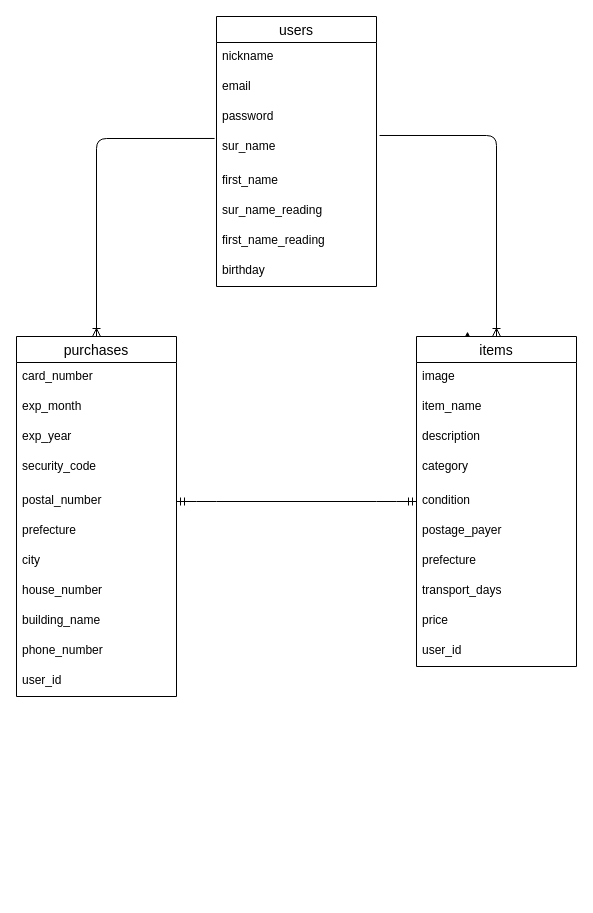
Earlier version of the draw.io diagram database.dio (fumiyaaan/furima-30574). Source tidied: cells renumbered, new cells numbered last; positions are measured from the earlier drawing's top-left corner, leaving out a move shared by most shapes. Both pictures are drawn from the tidied source at 100%, with x=0, y=0 at pixel (16, 16).
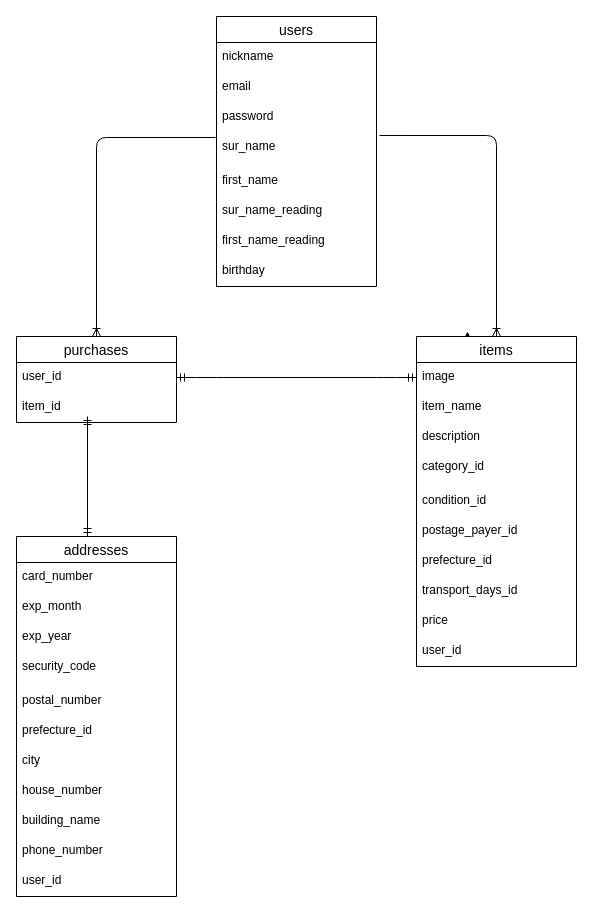
After the change.

Commit message (it also covers changes not shown here):
プルリクエスト1 指摘に基づく修正

The change refers to these unchanged cells:
```xml
<mxCell id="7" value="sur_name" style="text;strokeColor=none;fillColor=none;spacingLeft=4;spacingRight=4;overflow=hidden;points=[[0,0.5],[1,0.5]];portConstraint=eastwest;fontSize=12;" parent="3" vertex="1">
  <mxGeometry y="116" width="160" height="34" as="geometry" />
</mxCell>
<mxCell id="12" value="items" style="swimlane;fontStyle=0;horizontal=1;startSize=26;align=center;fontSize=14;" parent="1" vertex="1">
  <mxGeometry x="400" y="320" width="160" height="330" as="geometry" />
</mxCell>
<mxCell id="13" value="image" style="text;strokeColor=none;fillColor=none;spacingLeft=4;spacingRight=4;overflow=hidden;points=[[0,0.5],[1,0.5]];portConstraint=eastwest;fontSize=12;" parent="12" vertex="1">
  <mxGeometry y="26" width="160" height="30" as="geometry" />
</mxCell>
<mxCell id="28" value="postal_number" style="text;strokeColor=none;fillColor=none;spacingLeft=4;spacingRight=4;overflow=hidden;points=[[0,0.5],[1,0.5]];portConstraint=eastwest;fontSize=12;" parent="23" vertex="1">
  <mxGeometry y="150" width="160" height="30" as="geometry" />
</mxCell>
```

The edit, as a diff of the source:
```diff
@@
-    <mxCell id="16" value="category" style="text;strokeColor=none;fillColor=none;spacingLeft=4;spacingRight=4;overflow=hidden;fontSize=12;" parent="12" vertex="1">
+    <mxCell id="16" value="category_id" style="text;strokeColor=none;fillColor=none;spacingLeft=4;spacingRight=4;overflow=hidden;fontSize=12;" parent="12" vertex="1">
       <mxGeometry y="116" width="160" height="34" as="geometry" />
     </mxCell>
-    <mxCell id="17" value="condition" style="text;strokeColor=none;fillColor=none;spacingLeft=4;spacingRight=4;overflow=hidden;points=[[0,0.5],[1,0.5]];portConstraint=eastwest;fontSize=12;" parent="12" vertex="1">
+    <mxCell id="17" value="condition_id" style="text;strokeColor=none;fillColor=none;spacingLeft=4;spacingRight=4;overflow=hidden;points=[[0,0.5],[1,0.5]];portConstraint=eastwest;fontSize=12;" parent="12" vertex="1">
       <mxGeometry y="150" width="160" height="30" as="geometry" />
     </mxCell>
-    <mxCell id="18" value="postage_payer" style="text;strokeColor=none;fillColor=none;spacingLeft=4;spacingRight=4;overflow=hidden;fontSize=12;" parent="12" vertex="1">
+    <mxCell id="18" value="postage_payer_id" style="text;strokeColor=none;fillColor=none;spacingLeft=4;spacingRight=4;overflow=hidden;fontSize=12;" parent="12" vertex="1">
       <mxGeometry y="180" width="160" height="30" as="geometry" />
     </mxCell>
-    <mxCell id="19" value="prefecture" style="text;strokeColor=none;fillColor=none;spacingLeft=4;spacingRight=4;overflow=hidden;fontSize=12;" parent="12" vertex="1">
+    <mxCell id="19" value="prefecture_id" style="text;strokeColor=none;fillColor=none;spacingLeft=4;spacingRight=4;overflow=hidden;fontSize=12;" parent="12" vertex="1">
       <mxGeometry y="210" width="160" height="30" as="geometry" />
     </mxCell>
-    <mxCell id="20" value="transport_days" style="text;strokeColor=none;fillColor=none;spacingLeft=4;spacingRight=4;overflow=hidden;fontSize=12;" parent="12" vertex="1">
+    <mxCell id="20" value="transport_days_id" style="text;strokeColor=none;fillColor=none;spacingLeft=4;spacingRight=4;overflow=hidden;fontSize=12;" parent="12" vertex="1">
       <mxGeometry y="240" width="160" height="30" as="geometry" />
     </mxCell>
@@
+    <mxCell id="37" style="edgeStyle=orthogonalEdgeStyle;fontSize=12;html=1;endArrow=ERoneToMany;entryX=0.5;entryY=0;entryDx=0;entryDy=0;exitX=1.019;exitY=0.088;exitDx=0;exitDy=0;exitPerimeter=0;" parent="1" edge="1" source="7" target="12">
+      <mxGeometry relative="1" as="geometry">
+        <Array as="points">
+          <mxPoint x="480" y="119" />
+        </Array>
+      </mxGeometry>
+    </mxCell>
+    <mxCell id="38" value="purchases" style="swimlane;fontStyle=0;horizontal=1;startSize=26;align=center;fontSize=14;" parent="1" vertex="1">
+      <mxGeometry y="320" width="160" height="86" as="geometry" />
+    </mxCell>
+    <mxCell id="39" value="user_id" style="text;strokeColor=none;fillColor=none;spacingLeft=4;spacingRight=4;overflow=hidden;points=[[0,0.5],[1,0.5]];portConstraint=eastwest;fontSize=12;" parent="38" vertex="1">
+      <mxGeometry y="26" width="160" height="30" as="geometry" />
+    </mxCell>
+    <mxCell id="40" value="item_id" style="text;strokeColor=none;fillColor=none;spacingLeft=4;spacingRight=4;overflow=hidden;fontSize=12;" parent="38" vertex="1">
+      <mxGeometry y="56" width="160" height="30" as="geometry" />
+    </mxCell>
-    <mxCell id="23" value="purchases" style="swimlane;fontStyle=0;horizontal=1;startSize=26;align=center;fontSize=14;" parent="1" vertex="1">
-      <mxGeometry y="320" width="160" height="360" as="geometry" />
+    <mxCell id="23" value="addresses" style="swimlane;fontStyle=0;horizontal=1;startSize=26;align=center;fontSize=14;" parent="1" vertex="1">
+      <mxGeometry y="520" width="160" height="360" as="geometry" />
     </mxCell>
@@
-    <mxCell id="29" value="prefecture" style="text;strokeColor=none;fillColor=none;spacingLeft=4;spacingRight=4;overflow=hidden;fontSize=12;" parent="23" vertex="1">
+    <mxCell id="29" value="prefecture_id" style="text;strokeColor=none;fillColor=none;spacingLeft=4;spacingRight=4;overflow=hidden;fontSize=12;" parent="23" vertex="1">
       <mxGeometry y="180" width="160" height="30" as="geometry" />
     </mxCell>
@@
-    <mxCell id="35" style="edgeStyle=entityRelationEdgeStyle;fontSize=12;html=1;endArrow=ERmandOne;startArrow=ERmandOne;entryX=0;entryY=0.5;entryDx=0;entryDy=0;exitX=1;exitY=0.5;exitDx=0;exitDy=0;" parent="1" edge="1" source="28" target="17">
-      <mxGeometry relative="1" as="geometry" />
-    </mxCell>
-    <mxCell id="36" style="edgeStyle=orthogonalEdgeStyle;fontSize=12;html=1;endArrow=ERoneToMany;entryX=0.5;entryY=0;entryDx=0;entryDy=0;exitX=-0.012;exitY=0.176;exitDx=0;exitDy=0;exitPerimeter=0;" parent="1" edge="1" source="7" target="23">
-      <mxGeometry relative="1" as="geometry" />
-    </mxCell>
-    <mxCell id="37" style="edgeStyle=orthogonalEdgeStyle;fontSize=12;html=1;endArrow=ERoneToMany;entryX=0.5;entryY=0;entryDx=0;entryDy=0;exitX=1.019;exitY=0.088;exitDx=0;exitDy=0;exitPerimeter=0;" parent="1" edge="1" source="7" target="12">
-      <mxGeometry relative="1" as="geometry">
-        <Array as="points">
-          <mxPoint x="480" y="119" />
-        </Array>
-      </mxGeometry>
-    </mxCell>
+    <mxCell id="41" style="edgeStyle=orthogonalEdgeStyle;fontSize=12;html=1;endArrow=ERoneToMany;entryX=0.5;entryY=0;entryDx=0;entryDy=0;exitX=-0.006;exitY=0.147;exitDx=0;exitDy=0;exitPerimeter=0;" parent="1" edge="1" source="7" target="38">
+      <mxGeometry relative="1" as="geometry" />
+    </mxCell>
+    <mxCell id="42" style="edgeStyle=entityRelationEdgeStyle;fontSize=12;html=1;endArrow=ERmandOne;startArrow=ERmandOne;exitX=1;exitY=0.5;exitDx=0;exitDy=0;entryX=0;entryY=0.5;entryDx=0;entryDy=0;" parent="1" edge="1" source="39" target="13">
+      <mxGeometry relative="1" as="geometry" />
+    </mxCell>
+    <mxCell id="43" style="fontSize=12;html=1;endArrow=ERmandOne;startArrow=ERmandOne;" parent="1" edge="1">
+      <mxGeometry relative="1" as="geometry">
+        <mxPoint x="71" y="520" as="sourcePoint" />
+        <mxPoint x="71" y="400" as="targetPoint" />
+      </mxGeometry>
+    </mxCell>
```
